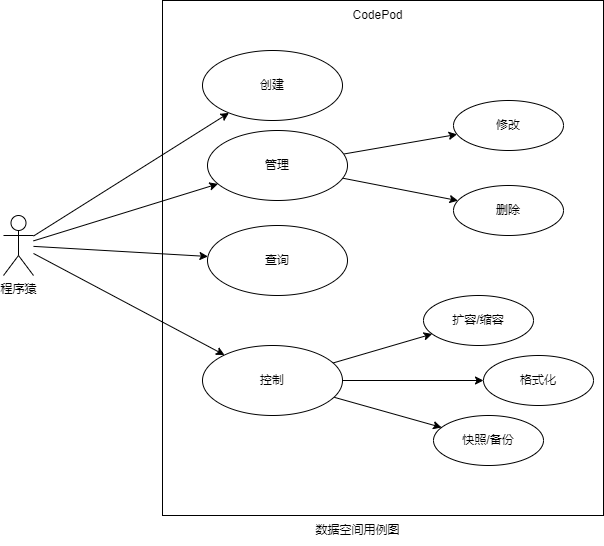
The draw.io diagram business/_media/use_case/数据空间.png in codepodspace/docs, before a commit. Source tidied: cells renumbered, new cells last; positions are measured from the earlier drawing's top-left corner, leaving out a move shared by most shapes.
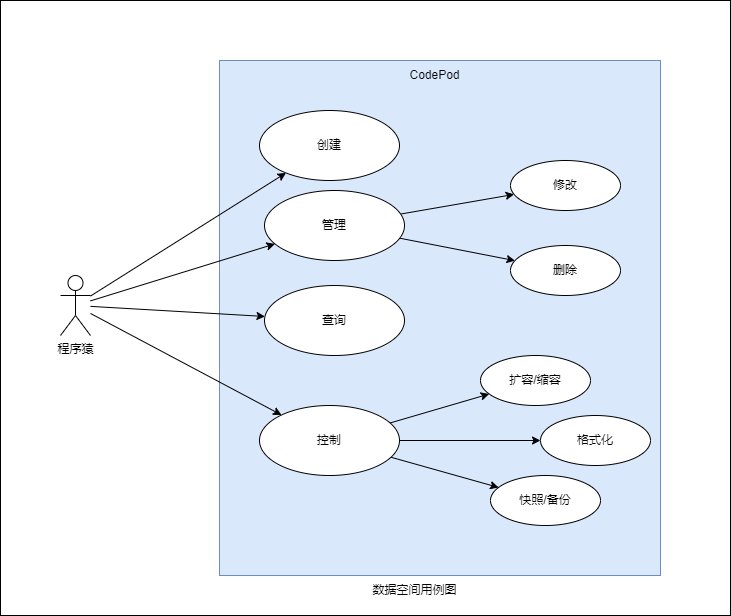
The same file after the commit.

The edit, as a diff of the source:
```diff
@@ -2,7 +2,10 @@
   <root>
     <mxCell id="0" />
     <mxCell id="1" parent="0" />
+    <mxCell id="24" style="rounded=0;whiteSpace=wrap;html=1;" parent="1" vertex="1">
+      <mxGeometry x="-60" y="-60" width="730" height="615" as="geometry" />
+    </mxCell>
-    <mxCell id="2" style="rounded=0;whiteSpace=wrap;html=1;" parent="1" vertex="1">
+    <mxCell id="2" style="rounded=0;whiteSpace=wrap;html=1;fillColor=#dae8fc;strokeColor=#6c8ebf;" parent="1" vertex="1">
       <mxGeometry x="159" width="441" height="515" as="geometry" />
     </mxCell>
     <mxCell id="3" style="edgeStyle=none;html=1;" parent="1" edge="1" source="5" target="15">
```
